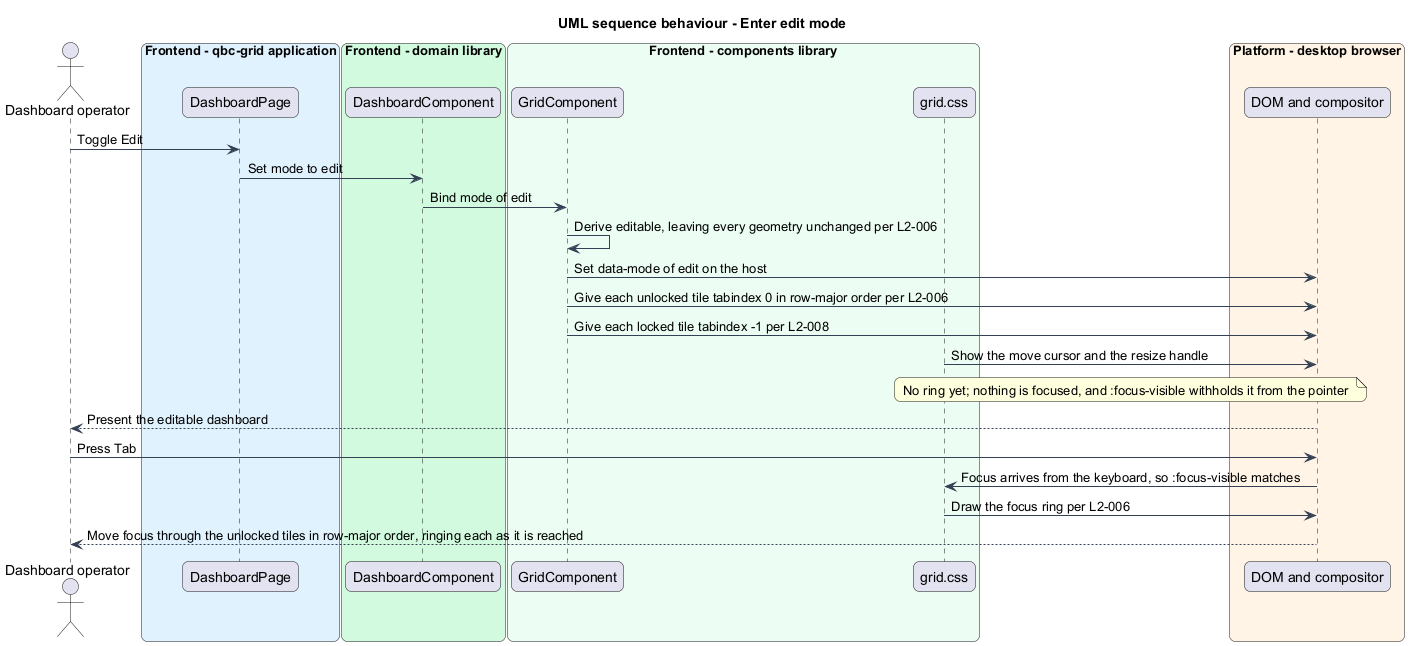
Before: docs/detailed-designs/tile-interaction/switch-grid-mode/diagrams/sequence-enter-edit.png, a diagram exported from PlantUML (QuinntyneBrown/qbc-grid).
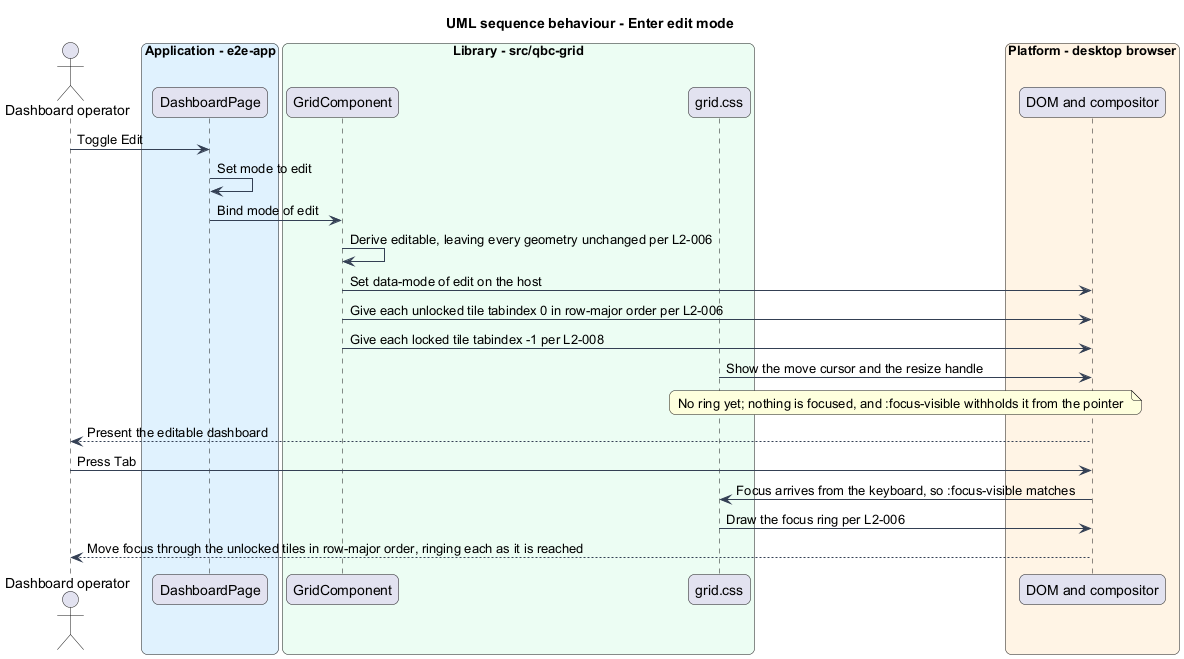
The same diagram one commit later.

What changed in the source:
```diff
@@ -15,13 +15,10 @@
   BackgroundColor #F9FAFB
 }
 actor "Dashboard operator" as actor
-box "Frontend - qbc-grid application" #E0F2FE
+box "Application - e2e-app" #E0F2FE
   participant "DashboardPage" as page
 end box
-box "Frontend - domain library" #D1FADF
-  participant "DashboardComponent" as dashboard
-end box
-box "Frontend - components library" #ECFDF3
+box "Library - src/qbc-grid" #ECFDF3
   participant "GridComponent" as grid
   participant "grid.css" as styles
 end box
@@ -30,8 +27,8 @@
 end box
 
 actor -> page : Toggle Edit
-page -> dashboard : Set mode to edit
-dashboard -> grid : Bind mode of edit
+page -> page : Set mode to edit
+page -> grid : Bind mode of edit
 grid -> grid : Derive editable, leaving every geometry unchanged per L2-006
 grid -> dom : Set data-mode of edit on the host
 grid -> dom : Give each unlocked tile tabindex 0 in row-major order per L2-006
```
